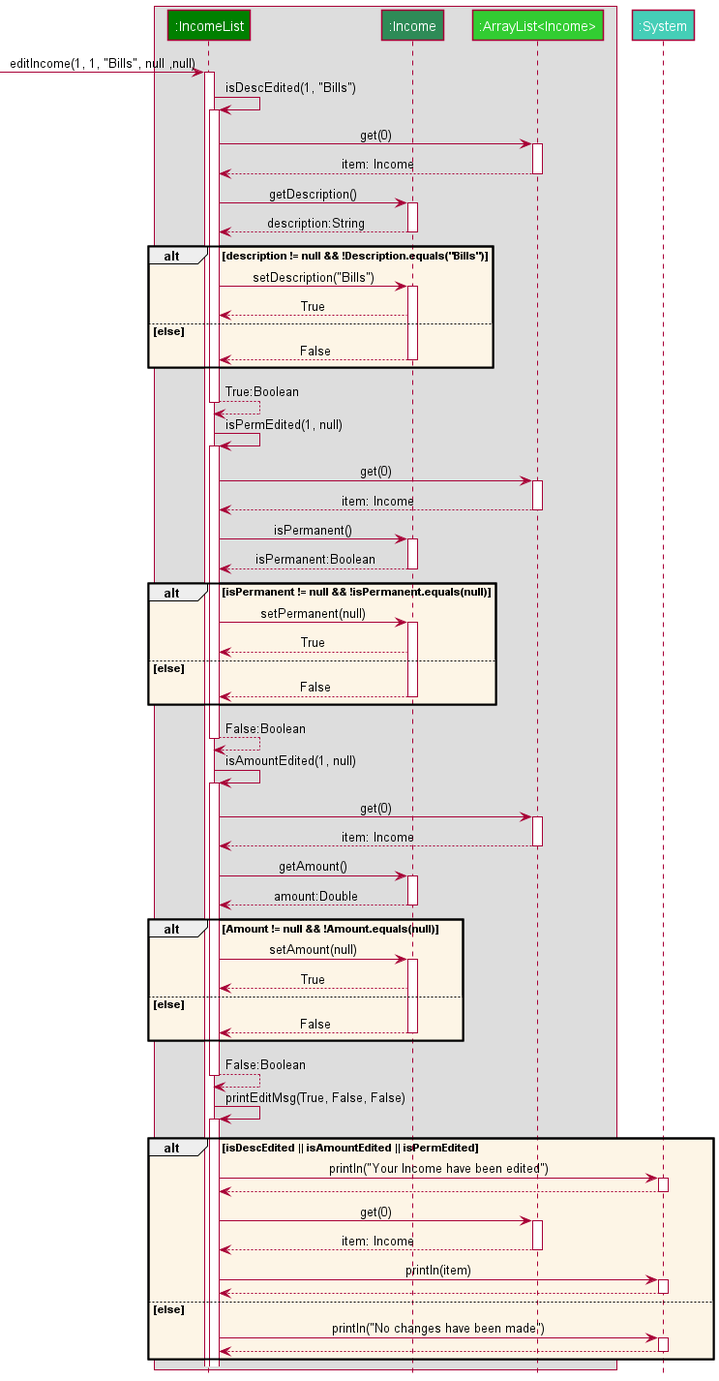
Before: docs/images/EditIncomeSequence.png, a diagram exported from PlantUML (nus-cs2113-AY2122S2/tp). Its diagram source:
```plantuml
@startuml
!include style.puml

box
    participant ":IncomeList" as Ilist MONEY_COLOR
    participant ":Income" as Inc MONEY_COLOR_T1
    participant ":ArrayList<Income>" as Alist MONEY_COLOR_T2
end box

participant ":System" as System SYSTEM_COLOR

[-> Ilist: editIncome(1, 1, "Bills", null ,null)
activate Ilist
Ilist -> Ilist: isDescEdited(1, "Bills")
activate Ilist
Ilist -> Alist: get(0)
activate Alist
Alist --> Ilist : item: Income
deactivate Alist
Ilist -> Inc: getDescription()
activate Inc
Inc --> Ilist: description:String
deactivate Inc

alt OPT_COLOR description != null && !Description.equals("Bills")
    Ilist -> Inc: setDescription("Bills")
    activate Inc
    Inc --> Ilist: True
else else
    Inc --> Ilist: False
    deactivate Inc
end alt

Ilist --> Ilist: True:Boolean
deactivate Ilist
deactivate Alist

Ilist -> Ilist: isPermEdited(1, null)
activate Ilist
Ilist -> Alist: get(0)
activate Alist
Alist --> Ilist : item: Income
deactivate Alist
Ilist -> Inc: isPermanent()
activate Inc
Inc --> Ilist: isPermanent:Boolean
deactivate Inc

alt OPT_COLOR isPermanent != null && !isPermanent.equals(null)
    Ilist -> Inc: setPermanent(null)
    activate Inc
    Inc --> Ilist: True
else else
    Inc --> Ilist: False
    deactivate Inc
end alt

Ilist --> Ilist: False:Boolean
deactivate Ilist
deactivate Alist

Ilist -> Ilist: isAmountEdited(1, null)
activate Ilist
Ilist -> Alist: get(0)
activate Alist
Alist --> Ilist : item: Income
deactivate Alist
Ilist -> Inc: getAmount()
activate Inc
Inc --> Ilist: amount:Double
deactivate Inc

alt OPT_COLOR Amount != null && !Amount.equals(null)
    Ilist -> Inc: setAmount(null)
    activate Inc
    Inc --> Ilist: True
else else
    Inc --> Ilist: False
    deactivate Inc
end alt

Ilist --> Ilist: False:Boolean
deactivate Ilist
deactivate Alist

Ilist -> Ilist: printEditMsg(True, False, False)
activate Ilist
alt OPT_COLOR isDescEdited || isAmountEdited || isPermEdited
    Ilist -> System:println("Your Income have been edited")
    activate System
    Ilist <-- System
    deactivate System
    Ilist -> Alist: get(0)
    activate Alist
    Alist --> Ilist : item: Income
    deactivate Alist
    Ilist -> System:println(item)
    activate System
    Ilist <-- System
    deactivate System
else else
    Ilist -> System:println("No changes have been made")
    activate System
    Ilist <-- System
    deactivate System
end alt




@enduml
```
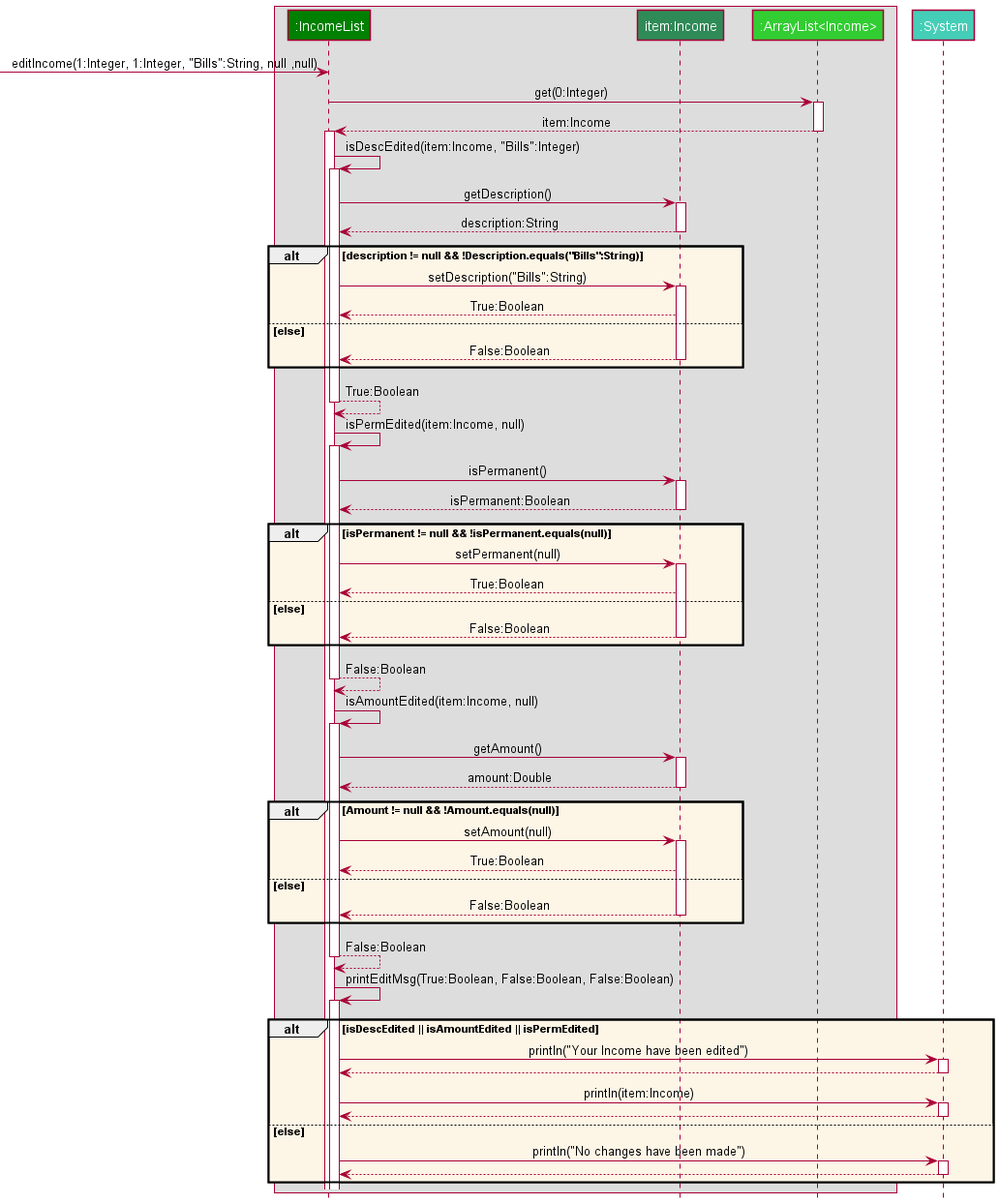
After the change.

Commit message:
Updated editincome and editexpenditure

Change to the diagram source:
```diff
@@ -3,31 +3,31 @@
 
 box
     participant ":IncomeList" as Ilist MONEY_COLOR
-    participant ":Income" as Inc MONEY_COLOR_T1
+    participant "item:Income" as Inc MONEY_COLOR_T1
     participant ":ArrayList<Income>" as Alist MONEY_COLOR_T2
 end box
 
 participant ":System" as System SYSTEM_COLOR
 
-[-> Ilist: editIncome(1, 1, "Bills", null ,null)
+[-> Ilist: editIncome(1:Integer, 1:Integer, "Bills":String, null ,null)
+Ilist -> Alist: get(0:Integer)
+activate Alist
+Alist --> Ilist : item:Income
+deactivate Alist
 activate Ilist
-Ilist -> Ilist: isDescEdited(1, "Bills")
+Ilist -> Ilist: isDescEdited(item:Income, "Bills":Integer)
 activate Ilist
-Ilist -> Alist: get(0)
-activate Alist
-Alist --> Ilist : item: Income
-deactivate Alist
 Ilist -> Inc: getDescription()
 activate Inc
 Inc --> Ilist: description:String
 deactivate Inc
 
-alt OPT_COLOR description != null && !Description.equals("Bills")
-    Ilist -> Inc: setDescription("Bills")
+alt OPT_COLOR description != null && !Description.equals("Bills":String)
+    Ilist -> Inc: setDescription("Bills":String)
     activate Inc
-    Inc --> Ilist: True
+    Inc --> Ilist: True:Boolean
 else else
-    Inc --> Ilist: False
+    Inc --> Ilist: False:Boolean
     deactivate Inc
 end alt
 
@@ -35,12 +35,8 @@
 deactivate Ilist
 deactivate Alist
 
-Ilist -> Ilist: isPermEdited(1, null)
+Ilist -> Ilist: isPermEdited(item:Income, null)
 activate Ilist
-Ilist -> Alist: get(0)
-activate Alist
-Alist --> Ilist : item: Income
-deactivate Alist
 Ilist -> Inc: isPermanent()
 activate Inc
 Inc --> Ilist: isPermanent:Boolean
@@ -49,9 +45,9 @@
 alt OPT_COLOR isPermanent != null && !isPermanent.equals(null)
     Ilist -> Inc: setPermanent(null)
     activate Inc
-    Inc --> Ilist: True
+    Inc --> Ilist: True:Boolean
 else else
-    Inc --> Ilist: False
+    Inc --> Ilist: False:Boolean
     deactivate Inc
 end alt
 
@@ -59,12 +55,8 @@
 deactivate Ilist
 deactivate Alist
 
-Ilist -> Ilist: isAmountEdited(1, null)
+Ilist -> Ilist: isAmountEdited(item:Income, null)
 activate Ilist
-Ilist -> Alist: get(0)
-activate Alist
-Alist --> Ilist : item: Income
-deactivate Alist
 Ilist -> Inc: getAmount()
 activate Inc
 Inc --> Ilist: amount:Double
@@ -73,9 +65,9 @@
 alt OPT_COLOR Amount != null && !Amount.equals(null)
     Ilist -> Inc: setAmount(null)
     activate Inc
-    Inc --> Ilist: True
+    Inc --> Ilist: True:Boolean
 else else
-    Inc --> Ilist: False
+    Inc --> Ilist: False:Boolean
     deactivate Inc
 end alt
 
@@ -83,18 +75,14 @@
 deactivate Ilist
 deactivate Alist
 
-Ilist -> Ilist: printEditMsg(True, False, False)
+Ilist -> Ilist: printEditMsg(True:Boolean, False:Boolean, False:Boolean)
 activate Ilist
 alt OPT_COLOR isDescEdited || isAmountEdited || isPermEdited
     Ilist -> System:println("Your Income have been edited")
     activate System
     Ilist <-- System
     deactivate System
-    Ilist -> Alist: get(0)
-    activate Alist
-    Alist --> Ilist : item: Income
-    deactivate Alist
-    Ilist -> System:println(item)
+    Ilist -> System:println(item:Income)
     activate System
     Ilist <-- System
     deactivate System
```
